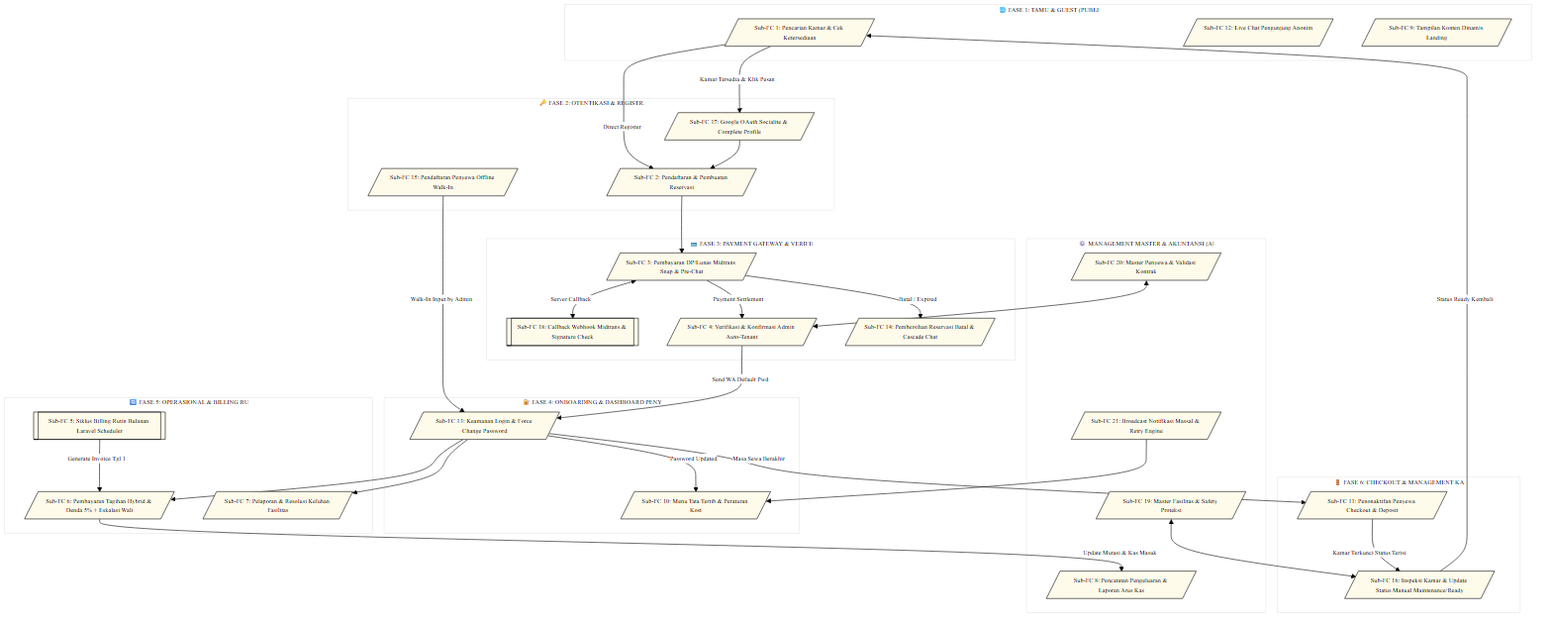
rafifarsyapradiva/asri-boarding-house keeps this Mermaid diagram as Blueprint/flowchart/peta_hubungan_proses.png. Above is the earlier version. Its source is kept beside it as Blueprint/flowchart/peta_hubungan_proses.mmd. Source of this version:
```mermaid
%%{init: {
  'theme': 'base',
  'themeVariables': {
    'primaryColor': '#FFFBEB',
    'primaryTextColor': '#000000',
    'primaryBorderColor': '#000000',
    'lineColor': '#000000',
    'secondaryColor': '#FDE047',
    'tertiaryColor': '#FFFFFF',
    'edgeLabelBackground': '#FFFFFF',
    'fontSize': '11px',
    'fontFamily': 'Inter, system-ui, sans-serif'
  }
}}%%
flowchart TB
    subgraph GUEST["🌐 FASE 1: TAMU & GUEST (PUBLIK)"]
        A1[/Sub-FC 1: Pencarian Kamar & Cek Ketersediaan/]
        A2[/Sub-FC 12: Live Chat Pengunjung Anonim/]
        A3[/Sub-FC 9: Tampilan Konten Dinamis Landing/]
    end

    subgraph AUTH["🔑 FASE 2: OTENTIKASI & REGISTRASI"]
        B1[/Sub-FC 17: Google OAuth Socialite & Complete Profile/]
        B2[/Sub-FC 2: Pendaftaran & Pembuatan Reservasi/]
        B3[/Sub-FC 15: Pendaftaran Penyewa Offline Walk-In/]
    end

    subgraph PAYMENT["💳 FASE 3: PAYMENT GATEWAY & VERIFIKASI"]
        C1[/Sub-FC 3: Pembayaran DP/Lunas Midtrans Snap & Pre-Chat/]
        C2[[Sub-FC 18: Callback Webhook Midtrans & Signature Check]]
        C3[/Sub-FC 4: Verifikasi & Konfirmasi Admin Auto-Tenant/]
        C4[/Sub-FC 14: Pembersihan Reservasi Batal & Cascade Chat/]
    end

    subgraph ONBOARDING["🔐 FASE 4: ONBOARDING & DASHBOARD PENYEWA"]
        D1[/Sub-FC 13: Keamanan Login & Force Change Password/]
        D2[/Sub-FC 10: Menu Tata Tertib & Peraturan Kost/]
    end

    subgraph CYCLIC["🔄 FASE 5: OPERASIONAL & BILLING RUTIN"]
        E1[[Sub-FC 5: Siklus Billing Rutin Bulanan Laravel Scheduler]]
        E2[/Sub-FC 6: Pembayaran Tagihan Hybrid & Denda 5% + Eskalasi Wali/]
        E3[/Sub-FC 7: Pelaporan & Resolusi Keluhan Fasilitas/]
    end

    subgraph OFFBOARDING["🚪 FASE 6: CHECKOUT & MANAGEMENT KAMAR"]
        F1[/Sub-FC 11: Penonaktifan Penyewa Checkout & Deposit/]
        F2[/Sub-FC 16: Inspeksi Kamar & Update Status Manual Maintenance/Ready/]
    end

    subgraph ADMIN_MASTER["⚙️ MANAGEMENT MASTER & AKUNTANSI (ADMIN)"]
        M1[/Sub-FC 8: Pencatatan Pengeluaran & Laporan Arus Kas/]
        M2[/Sub-FC 19: Master Fasilitas & Safety Proteksi/]
        M3[/Sub-FC 20: Master Penyewa & Validasi Kontrak/]
        M4[/Sub-FC 21: Broadcast Notifikasi Massal & Retry Engine/]
    end

    A1 -->|"Kamar Tersedia & Klik Pesan"| B1
    A1 -->|"Direct Register"| B2
    B1 --> B2
    B2 --> C1
    C1 <-->|"Server Callback"| C2
    C1 -->|"Payment Settlement"| C3
    C1 -->|"Batal / Expired"| C4

    B3 -->|"Walk-In Input by Admin"| D1

    C3 -->|"Send WA Default Pwd"| D1
    D1 -->|"Password Updated"| D2
    D1 --> E3
    D1 --> E2

    E1 -->|"Generate Invoice Tgl 1"| E2
    E2 -->|"Update Mutasi & Kas Masuk"| M1

    D1 -->|"Masa Sewa Berakhir"| F1
    F1 -->|"Kamar Terkunci Status Terisi"| F2

    F2 -->|"Status Ready Kembali"| A1

    M2 <--> F2
    M3 <--> C3
    M4 --> D2
```
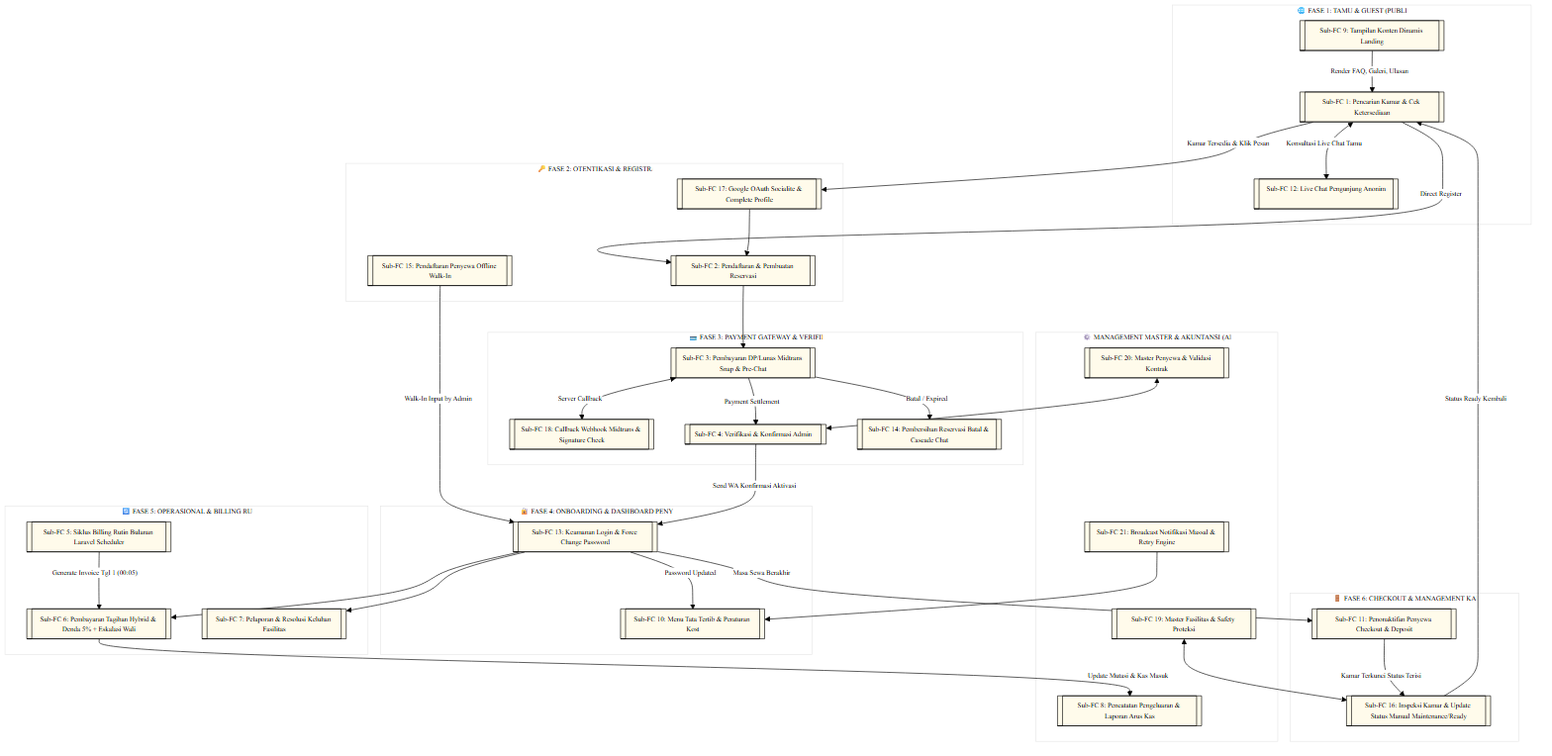
The same file after the commit.

What changed in the source:
```diff
@@ -14,47 +14,49 @@
 }}%%
 flowchart TB
     subgraph GUEST["🌐 FASE 1: TAMU & GUEST (PUBLIK)"]
-        A1[/Sub-FC 1: Pencarian Kamar & Cek Ketersediaan/]
-        A2[/Sub-FC 12: Live Chat Pengunjung Anonim/]
-        A3[/Sub-FC 9: Tampilan Konten Dinamis Landing/]
+        A1[[Sub-FC 1: Pencarian Kamar & Cek Ketersediaan]]
+        A2[[Sub-FC 12: Live Chat Pengunjung Anonim]]
+        A3[[Sub-FC 9: Tampilan Konten Dinamis Landing]]
     end
 
     subgraph AUTH["🔑 FASE 2: OTENTIKASI & REGISTRASI"]
-        B1[/Sub-FC 17: Google OAuth Socialite & Complete Profile/]
-        B2[/Sub-FC 2: Pendaftaran & Pembuatan Reservasi/]
-        B3[/Sub-FC 15: Pendaftaran Penyewa Offline Walk-In/]
+        B1[[Sub-FC 17: Google OAuth Socialite & Complete Profile]]
+        B2[[Sub-FC 2: Pendaftaran & Pembuatan Reservasi]]
+        B3[[Sub-FC 15: Pendaftaran Penyewa Offline Walk-In]]
     end
 
     subgraph PAYMENT["💳 FASE 3: PAYMENT GATEWAY & VERIFIKASI"]
-        C1[/Sub-FC 3: Pembayaran DP/Lunas Midtrans Snap & Pre-Chat/]
+        C1[[Sub-FC 3: Pembayaran DP/Lunas Midtrans Snap & Pre-Chat]]
         C2[[Sub-FC 18: Callback Webhook Midtrans & Signature Check]]
-        C3[/Sub-FC 4: Verifikasi & Konfirmasi Admin Auto-Tenant/]
-        C4[/Sub-FC 14: Pembersihan Reservasi Batal & Cascade Chat/]
+        C3[[Sub-FC 4: Verifikasi & Konfirmasi Admin]]
+        C4[[Sub-FC 14: Pembersihan Reservasi Batal & Cascade Chat]]
     end
 
     subgraph ONBOARDING["🔐 FASE 4: ONBOARDING & DASHBOARD PENYEWA"]
-        D1[/Sub-FC 13: Keamanan Login & Force Change Password/]
-        D2[/Sub-FC 10: Menu Tata Tertib & Peraturan Kost/]
+        D1[[Sub-FC 13: Keamanan Login & Force Change Password]]
+        D2[[Sub-FC 10: Menu Tata Tertib & Peraturan Kost]]
     end
 
     subgraph CYCLIC["🔄 FASE 5: OPERASIONAL & BILLING RUTIN"]
         E1[[Sub-FC 5: Siklus Billing Rutin Bulanan Laravel Scheduler]]
-        E2[/Sub-FC 6: Pembayaran Tagihan Hybrid & Denda 5% + Eskalasi Wali/]
-        E3[/Sub-FC 7: Pelaporan & Resolusi Keluhan Fasilitas/]
+        E2[[Sub-FC 6: Pembayaran Tagihan Hybrid & Denda 5% + Eskalasi Wali]]
+        E3[[Sub-FC 7: Pelaporan & Resolusi Keluhan Fasilitas]]
     end
 
     subgraph OFFBOARDING["🚪 FASE 6: CHECKOUT & MANAGEMENT KAMAR"]
-        F1[/Sub-FC 11: Penonaktifan Penyewa Checkout & Deposit/]
-        F2[/Sub-FC 16: Inspeksi Kamar & Update Status Manual Maintenance/Ready/]
+        F1[[Sub-FC 11: Penonaktifan Penyewa Checkout & Deposit]]
+        F2[[Sub-FC 16: Inspeksi Kamar & Update Status Manual Maintenance/Ready]]
     end
 
     subgraph ADMIN_MASTER["⚙️ MANAGEMENT MASTER & AKUNTANSI (ADMIN)"]
-        M1[/Sub-FC 8: Pencatatan Pengeluaran & Laporan Arus Kas/]
-        M2[/Sub-FC 19: Master Fasilitas & Safety Proteksi/]
-        M3[/Sub-FC 20: Master Penyewa & Validasi Kontrak/]
-        M4[/Sub-FC 21: Broadcast Notifikasi Massal & Retry Engine/]
+        M1[[Sub-FC 8: Pencatatan Pengeluaran & Laporan Arus Kas]]
+        M2[[Sub-FC 19: Master Fasilitas & Safety Proteksi]]
+        M3[[Sub-FC 20: Master Penyewa & Validasi Kontrak]]
+        M4[[Sub-FC 21: Broadcast Notifikasi Massal & Retry Engine]]
     end
 
+    A3 -->|"Render FAQ, Galeri, Ulasan"| A1
+    A1 <-->|"Konsultasi Live Chat Tamu"| A2
     A1 -->|"Kamar Tersedia & Klik Pesan"| B1
     A1 -->|"Direct Register"| B2
     B1 --> B2
@@ -65,12 +67,12 @@
 
     B3 -->|"Walk-In Input by Admin"| D1
 
-    C3 -->|"Send WA Default Pwd"| D1
+    C3 -->|"Send WA Konfirmasi Aktivasi"| D1
     D1 -->|"Password Updated"| D2
     D1 --> E3
     D1 --> E2
 
-    E1 -->|"Generate Invoice Tgl 1"| E2
+    E1 -->|"Generate Invoice Tgl 1 (00:05)"| E2
     E2 -->|"Update Mutasi & Kas Masuk"| M1
 
     D1 -->|"Masa Sewa Berakhir"| F1
```
